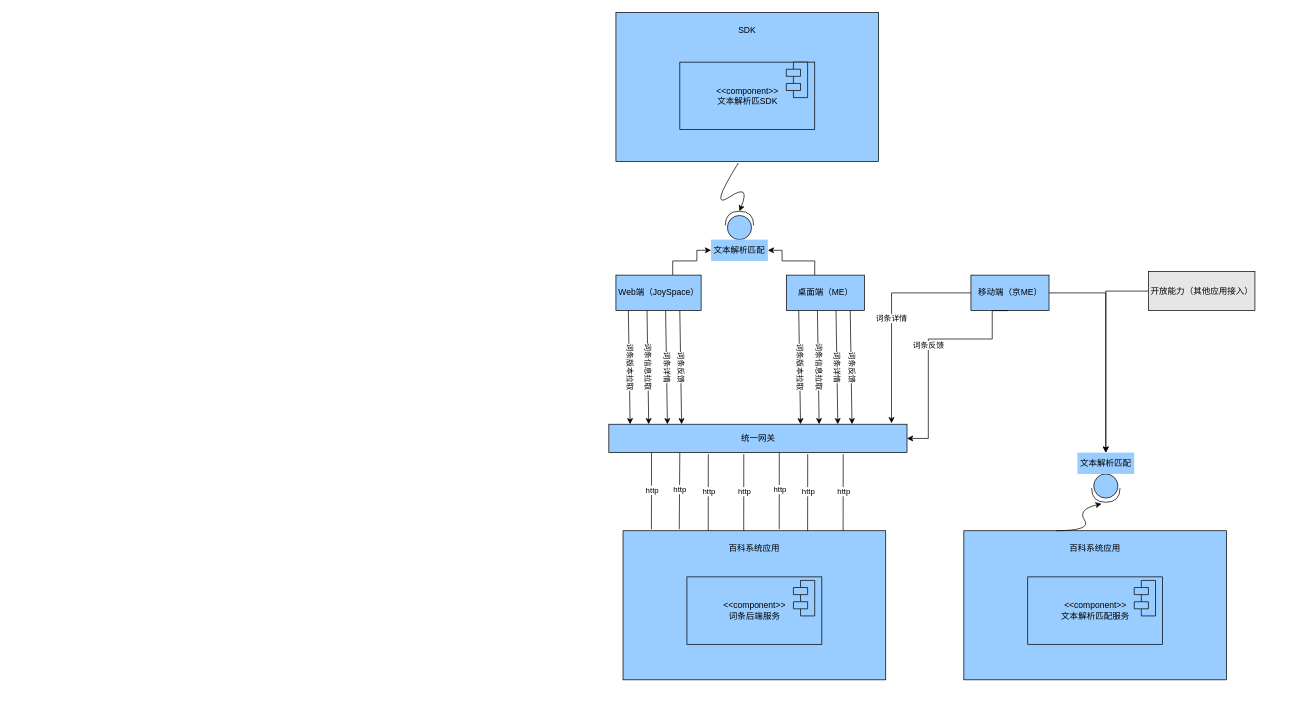
Before: 技术组件图2.drawio in CoderGrowing/draw.io, a draw.io diagram. Source tidied: cells renumbered, new cells numbered last; positions are measured from the earlier drawing's top-left corner, leaving out a move shared by most shapes. Both pictures are drawn from the tidied source at 71%, with x=0, y=0 at pixel (608, 12).
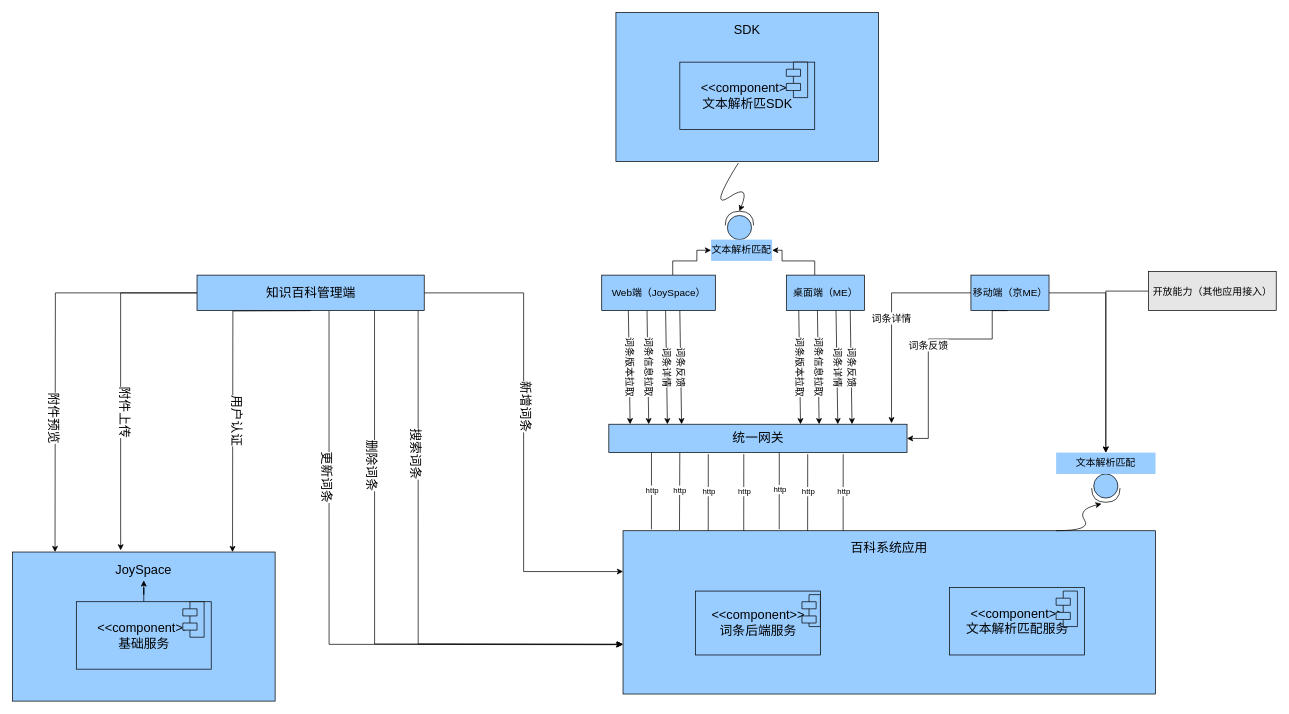
The same page after the edit.

Commit message:
更新技术组件图2.drawio

Unchanged cells that the change refers to:
```xml
<mxCell id="25" style="endArrow=classic;html=1;rounded=0;exitX=0.25;exitY=1;exitDx=0;exitDy=0;fillColor=#99CCFF;" parent="1" edge="1">
  <mxGeometry relative="1" as="geometry">
    <mxPoint x="27.5" y="420" as="sourcePoint" />
    <mxPoint x="30" y="580" as="targetPoint" />
  </mxGeometry>
</mxCell>
<mxCell id="27" style="endArrow=classic;html=1;rounded=0;exitX=0.25;exitY=1;exitDx=0;exitDy=0;fillColor=#99CCFF;" parent="1" edge="1">
  <mxGeometry relative="1" as="geometry">
    <mxPoint x="53.8" y="420" as="sourcePoint" />
    <mxPoint x="56.2" y="580" as="targetPoint" />
  </mxGeometry>
</mxCell>
<mxCell id="29" style="endArrow=classic;html=1;rounded=0;exitX=0.25;exitY=1;exitDx=0;exitDy=0;fillColor=#99CCFF;" parent="1" edge="1">
  <mxGeometry relative="1" as="geometry">
    <mxPoint x="80" y="420" as="sourcePoint" />
    <mxPoint x="82.5" y="580" as="targetPoint" />
  </mxGeometry>
</mxCell>
<mxCell id="31" style="endArrow=classic;html=1;rounded=0;exitX=0.25;exitY=1;exitDx=0;exitDy=0;fillColor=#99CCFF;" parent="1" edge="1">
  <mxGeometry relative="1" as="geometry">
    <mxPoint x="100" y="420" as="sourcePoint" />
    <mxPoint x="102.5" y="580" as="targetPoint" />
  </mxGeometry>
</mxCell>
<mxCell id="40" style="endArrow=classic;html=1;rounded=0;exitX=0.25;exitY=1;exitDx=0;exitDy=0;fillColor=#99CCFF;" parent="1" edge="1">
  <mxGeometry relative="1" as="geometry">
    <mxPoint x="267.5" y="420" as="sourcePoint" />
    <mxPoint x="270" y="580" as="targetPoint" />
  </mxGeometry>
</mxCell>
<mxCell id="42" style="endArrow=classic;html=1;rounded=0;exitX=0.25;exitY=1;exitDx=0;exitDy=0;fillColor=#99CCFF;" parent="1" edge="1">
  <mxGeometry relative="1" as="geometry">
    <mxPoint x="293.8" y="420" as="sourcePoint" />
    <mxPoint x="296.2" y="580" as="targetPoint" />
  </mxGeometry>
</mxCell>
<mxCell id="44" style="endArrow=classic;html=1;rounded=0;exitX=0.25;exitY=1;exitDx=0;exitDy=0;fillColor=#99CCFF;" parent="1" edge="1">
  <mxGeometry relative="1" as="geometry">
    <mxPoint x="320" y="420" as="sourcePoint" />
    <mxPoint x="322.5" y="580" as="targetPoint" />
  </mxGeometry>
</mxCell>
<mxCell id="46" style="endArrow=classic;html=1;rounded=0;exitX=0.25;exitY=1;exitDx=0;exitDy=0;fillColor=#99CCFF;" parent="1" edge="1">
  <mxGeometry relative="1" as="geometry">
    <mxPoint x="340" y="420" as="sourcePoint" />
    <mxPoint x="342.5" y="580" as="targetPoint" />
  </mxGeometry>
</mxCell>
```

What changed in the source:
```diff
@@
-    <mxCell id="3" value="Web端（JoySpace）" style="html=1;fillColor=#99CCFF;" parent="1" vertex="1">
-      <mxGeometry x="10" y="370" width="120" height="50" as="geometry" />
+    <mxCell id="3" value="&lt;font style=&quot;font-size: 14px;&quot;&gt;Web端（JoySpace）&lt;/font&gt;" style="html=1;fillColor=#99CCFF;" parent="1" vertex="1">
+      <mxGeometry x="-10" y="370" width="160" height="50" as="geometry" />
     </mxCell>
@@
-    <mxCell id="5" value="桌面端（ME）" style="html=1;fillColor=#99CCFF;" parent="1" vertex="1">
+    <mxCell id="5" value="&lt;font style=&quot;font-size: 14px;&quot;&gt;桌面端（ME）&lt;/font&gt;" style="html=1;fillColor=#99CCFF;" parent="1" vertex="1">
       <mxGeometry x="250" y="370" width="110" height="50" as="geometry" />
     </mxCell>
-    <mxCell id="6" value="统一网关" style="html=1;fillColor=#99CCFF;" parent="1" vertex="1">
+    <mxCell id="6" value="&lt;font style=&quot;font-size: 18px;&quot;&gt;统一网关&lt;/font&gt;" style="html=1;fillColor=#99CCFF;" parent="1" vertex="1">
       <mxGeometry y="580" width="420" height="40" as="geometry" />
     </mxCell>
     <mxCell id="7" style="html=1;fillColor=#99CCFF;" parent="1" vertex="1">
-      <mxGeometry x="20" y="730" width="370" height="210" as="geometry" />
+      <mxGeometry x="20" y="730" width="750" height="230" as="geometry" />
     </mxCell>
-    <mxCell id="8" value="&amp;lt;&amp;lt;component&amp;gt;&amp;gt;&lt;br&gt;词条后端服务" style="html=1;fillColor=#99CCFF;" parent="1" vertex="1">
-      <mxGeometry x="110" y="795" width="190" height="95" as="geometry" />
+    <mxCell id="8" value="&lt;font style=&quot;font-size: 18px;&quot;&gt;&amp;lt;&amp;lt;component&amp;gt;&amp;gt;&lt;br&gt;词条后端服务&lt;/font&gt;" style="html=1;fillColor=#99CCFF;" parent="1" vertex="1">
+      <mxGeometry x="122" y="815" width="176" height="90" as="geometry" />
     </mxCell>
     <mxCell id="9" style="shape=module;align=left;spacingLeft=20;align=center;verticalAlign=top;fillColor=#99CCFF;" parent="1" vertex="1">
-      <mxGeometry x="260" y="800" width="30" height="50" as="geometry" />
+      <mxGeometry x="272" y="820" width="26" height="45" as="geometry" />
     </mxCell>
-    <mxCell id="10" value="百科系统应用" style="text;html=1;strokeColor=none;fillColor=#99CCFF;align=center;verticalAlign=middle;whiteSpace=wrap;rounded=0;" parent="1" vertex="1">
-      <mxGeometry x="160" y="740" width="90" height="30" as="geometry" />
+    <mxCell id="10" value="&lt;font style=&quot;font-size: 18px;&quot;&gt;百科系统应用&lt;/font&gt;" style="text;html=1;strokeColor=none;fillColor=#99CCFF;align=center;verticalAlign=middle;whiteSpace=wrap;rounded=0;" parent="1" vertex="1">
+      <mxGeometry x="320" y="740" width="150" height="30" as="geometry" />
     </mxCell>
-    <mxCell id="11" style="endArrow=none;html=1;rounded=0;exitX=0.214;exitY=-0.01;exitDx=0;exitDy=0;exitPerimeter=0;fillColor=#99CCFF;" parent="1" edge="1" source="7">
+    <mxCell id="11" style="endArrow=none;html=1;rounded=0;exitX=0.106;exitY=-0.004;exitDx=0;exitDy=0;exitPerimeter=0;fillColor=#99CCFF;" parent="1" edge="1" source="7">
       <mxGeometry relative="1" as="geometry">
         <mxPoint x="100" y="620" as="targetPoint" />
       </mxGeometry>
     </mxCell>
@@
-    <mxCell id="26" value="词条版本拉取" style="edgeLabel;html=1;align=center;verticalAlign=middle;rotation=90;fillColor=#99CCFF;" parent="25" vertex="1">
+    <mxCell id="26" value="&lt;font style=&quot;font-size: 14px;&quot;&gt;词条版本拉取&lt;/font&gt;" style="edgeLabel;html=1;align=center;verticalAlign=middle;rotation=90;fillColor=#99CCFF;" parent="25" vertex="1">
       <mxGeometry x="-0.01" y="1" relative="1" as="geometry" />
     </mxCell>
@@
-    <mxCell id="28" value="词条信息拉取" style="edgeLabel;html=1;align=center;verticalAlign=middle;rotation=90;fillColor=#99CCFF;" parent="27" vertex="1">
+    <mxCell id="28" value="&lt;font style=&quot;font-size: 14px;&quot;&gt;词条信息拉取&lt;/font&gt;" style="edgeLabel;html=1;align=center;verticalAlign=middle;rotation=90;fillColor=#99CCFF;" parent="27" vertex="1">
       <mxGeometry x="-0.01" y="1" relative="1" as="geometry" />
     </mxCell>
@@
-    <mxCell id="30" value="词条详情" style="edgeLabel;html=1;align=center;verticalAlign=middle;rotation=90;fillColor=#99CCFF;" parent="29" vertex="1">
+    <mxCell id="30" value="&lt;font style=&quot;font-size: 14px;&quot;&gt;词条详情&lt;/font&gt;" style="edgeLabel;html=1;align=center;verticalAlign=middle;rotation=90;fillColor=#99CCFF;" parent="29" vertex="1">
       <mxGeometry x="-0.01" y="1" relative="1" as="geometry" />
     </mxCell>
@@
-    <mxCell id="32" value="词条反馈&lt;br&gt;" style="edgeLabel;html=1;align=center;verticalAlign=middle;rotation=90;fillColor=#99CCFF;" parent="31" vertex="1">
+    <mxCell id="32" value="&lt;font style=&quot;font-size: 14px;&quot;&gt;词条反馈&lt;/font&gt;" style="edgeLabel;html=1;align=center;verticalAlign=middle;rotation=90;fillColor=#99CCFF;" parent="31" vertex="1">
       <mxGeometry x="-0.01" y="1" relative="1" as="geometry" />
     </mxCell>
-    <mxCell id="33" style="html=1;fillColor=#99CCFF;" parent="1" vertex="1">
-      <mxGeometry x="500" y="730" width="370" height="210" as="geometry" />
-    </mxCell>
-    <mxCell id="34" value="&amp;lt;&amp;lt;component&amp;gt;&amp;gt;&lt;br&gt;文本解析匹配服务" style="html=1;fillColor=#99CCFF;" parent="1" vertex="1">
-      <mxGeometry x="590" y="795" width="190" height="95" as="geometry" />
+    <mxCell id="34" value="&lt;font style=&quot;font-size: 18px;&quot;&gt;&amp;lt;&amp;lt;component&amp;gt;&amp;gt;&lt;br&gt;文本解析匹配服务&lt;/font&gt;" style="html=1;fillColor=#99CCFF;" parent="1" vertex="1">
+      <mxGeometry x="480" y="810" width="190" height="95" as="geometry" />
     </mxCell>
     <mxCell id="35" style="shape=module;align=left;spacingLeft=20;align=center;verticalAlign=top;fillColor=#99CCFF;" parent="1" vertex="1">
-      <mxGeometry x="740" y="800" width="30" height="50" as="geometry" />
+      <mxGeometry x="630" y="815" width="30" height="50" as="geometry" />
     </mxCell>
-    <mxCell id="36" value="百科系统应用" style="text;html=1;strokeColor=none;fillColor=#99CCFF;align=center;verticalAlign=middle;whiteSpace=wrap;rounded=0;" parent="1" vertex="1">
-      <mxGeometry x="640" y="740" width="90" height="30" as="geometry" />
-    </mxCell>
-    <mxCell id="37" value="词条详情" style="edgeStyle=orthogonalEdgeStyle;rounded=0;jettySize=auto;html=1;entryX=0.948;entryY=-0.037;entryDx=0;entryDy=0;entryPerimeter=0;fillColor=#99CCFF;" parent="1" edge="1" source="39" target="6">
+    <mxCell id="37" value="&lt;font style=&quot;font-size: 14px;&quot;&gt;词条详情&lt;/font&gt;" style="edgeStyle=orthogonalEdgeStyle;rounded=0;jettySize=auto;html=1;entryX=0.948;entryY=-0.037;entryDx=0;entryDy=0;entryPerimeter=0;fillColor=#99CCFF;" parent="1" edge="1" source="39" target="6">
       <mxGeometry relative="1" as="geometry" />
     </mxCell>
@@
-    <mxCell id="39" value="移动端（京ME）" style="html=1;fillColor=#99CCFF;" parent="1" vertex="1">
+    <mxCell id="39" value="&lt;font style=&quot;font-size: 14px;&quot;&gt;移动端（京ME）&lt;/font&gt;" style="html=1;fillColor=#99CCFF;" parent="1" vertex="1">
       <mxGeometry x="510" y="370" width="110" height="50" as="geometry" />
     </mxCell>
@@
-    <mxCell id="41" value="词条版本拉取" style="edgeLabel;html=1;align=center;verticalAlign=middle;rotation=90;fillColor=#99CCFF;" parent="40" vertex="1">
+    <mxCell id="41" value="&lt;font style=&quot;font-size: 14px;&quot;&gt;词条版本拉取&lt;/font&gt;" style="edgeLabel;html=1;align=center;verticalAlign=middle;rotation=90;fillColor=#99CCFF;" parent="40" vertex="1">
       <mxGeometry x="-0.01" y="1" relative="1" as="geometry" />
     </mxCell>
@@
-    <mxCell id="43" value="词条信息拉取" style="edgeLabel;html=1;align=center;verticalAlign=middle;rotation=90;fillColor=#99CCFF;" parent="42" vertex="1">
+    <mxCell id="43" value="&lt;font style=&quot;font-size: 14px;&quot;&gt;词条信息拉取&lt;/font&gt;" style="edgeLabel;html=1;align=center;verticalAlign=middle;rotation=90;fillColor=#99CCFF;" parent="42" vertex="1">
       <mxGeometry x="-0.01" y="1" relative="1" as="geometry" />
     </mxCell>
@@
-    <mxCell id="45" value="词条详情" style="edgeLabel;html=1;align=center;verticalAlign=middle;rotation=90;fillColor=#99CCFF;" parent="44" vertex="1">
+    <mxCell id="45" value="&lt;font style=&quot;font-size: 14px;&quot;&gt;词条详情&lt;/font&gt;" style="edgeLabel;html=1;align=center;verticalAlign=middle;rotation=90;fillColor=#99CCFF;" parent="44" vertex="1">
       <mxGeometry x="-0.01" y="1" relative="1" as="geometry" />
     </mxCell>
@@
-    <mxCell id="47" value="词条反馈&lt;br&gt;" style="edgeLabel;html=1;align=center;verticalAlign=middle;rotation=90;fillColor=#99CCFF;" parent="46" vertex="1">
+    <mxCell id="47" value="&lt;font style=&quot;font-size: 14px;&quot;&gt;词条反馈&lt;/font&gt;" style="edgeLabel;html=1;align=center;verticalAlign=middle;rotation=90;fillColor=#99CCFF;" parent="46" vertex="1">
       <mxGeometry x="-0.01" y="1" relative="1" as="geometry" />
     </mxCell>
-    <mxCell id="48" value="词条反馈" style="edgeStyle=orthogonalEdgeStyle;rounded=0;jettySize=auto;html=1;entryX=1;entryY=0.5;entryDx=0;entryDy=0;fillColor=#99CCFF;" parent="1" edge="1" target="6">
+    <mxCell id="48" value="&lt;font style=&quot;font-size: 14px;&quot;&gt;词条反馈&lt;/font&gt;" style="edgeStyle=orthogonalEdgeStyle;rounded=0;jettySize=auto;html=1;entryX=1;entryY=0.5;entryDx=0;entryDy=0;fillColor=#99CCFF;" parent="1" edge="1" target="6">
       <mxGeometry relative="1" as="geometry">
         <mxPoint x="561.8" y="420" as="sourcePoint" />
         <Array as="points">
           <mxPoint x="540" y="420" />
           <mxPoint x="540" y="460" />
           <mxPoint x="450" y="460" />
           <mxPoint x="450" y="600" />
         </Array>
       </mxGeometry>
     </mxCell>
@@
-    <mxCell id="50" value="开放能力（其他应用接入）" style="html=1;fillColor=#E6E6E6;" parent="1" vertex="1">
-      <mxGeometry x="760" y="365" width="150" height="55" as="geometry" />
+    <mxCell id="50" value="&lt;font style=&quot;font-size: 14px;&quot;&gt;开放能力（其他应用接入）&lt;/font&gt;" style="html=1;fillColor=#E6E6E6;" parent="1" vertex="1">
+      <mxGeometry x="760" y="365" width="180" height="55" as="geometry" />
     </mxCell>
@@
-    <mxCell id="52" value="文本解析匹配" style="text;html=1;strokeColor=none;fillColor=#99CCFF;align=center;verticalAlign=middle;whiteSpace=wrap;rounded=0;" parent="1" vertex="1">
-      <mxGeometry x="660" y="620" width="80" height="30" as="geometry" />
+    <mxCell id="52" value="&lt;font style=&quot;font-size: 14px;&quot;&gt;文本解析匹配&lt;/font&gt;" style="text;html=1;strokeColor=none;fillColor=#99CCFF;align=center;verticalAlign=middle;whiteSpace=wrap;rounded=0;" parent="1" vertex="1">
+      <mxGeometry x="630" y="620" width="140" height="30" as="geometry" />
     </mxCell>
@@
-    <mxCell id="55" value="&amp;lt;&amp;lt;component&amp;gt;&amp;gt;&lt;br&gt;文本解析匹SDK" style="html=1;fillColor=#99CCFF;" parent="1" vertex="1">
+    <mxCell id="55" value="&lt;font style=&quot;font-size: 18px;&quot;&gt;&amp;lt;&amp;lt;component&amp;gt;&amp;gt;&lt;br&gt;文本解析匹SDK&lt;/font&gt;" style="html=1;fillColor=#99CCFF;" parent="1" vertex="1">
       <mxGeometry x="100" y="70" width="190" height="95" as="geometry" />
     </mxCell>
@@
-    <mxCell id="57" value="SDK" style="text;html=1;strokeColor=none;fillColor=#99CCFF;align=center;verticalAlign=middle;whiteSpace=wrap;rounded=0;" parent="1" vertex="1">
+    <mxCell id="57" value="&lt;font style=&quot;font-size: 18px;&quot;&gt;SDK&lt;/font&gt;" style="text;html=1;strokeColor=none;fillColor=#99CCFF;align=center;verticalAlign=middle;whiteSpace=wrap;rounded=0;" parent="1" vertex="1">
       <mxGeometry x="150" y="10" width="90" height="30" as="geometry" />
     </mxCell>
@@
-    <mxCell id="60" value="文本解析匹配" style="text;html=1;strokeColor=none;fillColor=#99CCFF;align=center;verticalAlign=middle;whiteSpace=wrap;rounded=0;" parent="1" vertex="1">
-      <mxGeometry x="144" y="320" width="80" height="30" as="geometry" />
+    <mxCell id="60" value="&lt;font style=&quot;font-size: 14px;&quot;&gt;文本解析匹配&lt;/font&gt;" style="text;html=1;strokeColor=none;fillColor=#99CCFF;align=center;verticalAlign=middle;whiteSpace=wrap;rounded=0;" parent="1" vertex="1">
+      <mxGeometry x="144" y="320" width="86" height="30" as="geometry" />
     </mxCell>
+    <mxCell id="61" style="edgeStyle=orthogonalEdgeStyle;rounded=0;jettySize=auto;html=1;fontSize=14;" parent="1" edge="1" source="67">
+      <mxGeometry relative="1" as="geometry">
+        <mxPoint x="-780" y="760" as="targetPoint" />
+      </mxGeometry>
+    </mxCell>
+    <mxCell id="62" value="&lt;font style=&quot;font-size: 18px;&quot;&gt;附件预览&lt;/font&gt;" style="edgeLabel;html=1;align=center;verticalAlign=middle;fontSize=14;rotation=90;" parent="61" vertex="1">
+      <mxGeometry x="0.11" y="-2" relative="1" as="geometry">
+        <mxPoint y="62" as="offset" />
+      </mxGeometry>
+    </mxCell>
+    <mxCell id="63" style="edgeStyle=orthogonalEdgeStyle;rounded=0;jettySize=auto;html=1;fontSize=18;entryX=0.412;entryY=-0.011;entryDx=0;entryDy=0;entryPerimeter=0;" parent="1" edge="1" source="67" target="68">
+      <mxGeometry relative="1" as="geometry">
+        <Array as="points">
+          <mxPoint x="-688" y="395" />
+        </Array>
+      </mxGeometry>
+    </mxCell>
+    <mxCell id="64" value="附件上传" style="edgeLabel;html=1;align=center;verticalAlign=middle;fontSize=18;rotation=90;" parent="63" vertex="1">
+      <mxGeometry x="0.17" y="6" relative="1" as="geometry" />
+    </mxCell>
+    <mxCell id="65" style="edgeStyle=orthogonalEdgeStyle;rounded=0;jettySize=auto;html=1;entryX=0;entryY=0.25;entryDx=0;entryDy=0;fontSize=18;" parent="1" edge="1" source="67" target="7">
+      <mxGeometry relative="1" as="geometry" />
+    </mxCell>
+    <mxCell id="66" value="新增词条" style="edgeLabel;html=1;align=center;verticalAlign=middle;fontSize=18;rotation=90;" parent="65" vertex="1">
+      <mxGeometry x="-0.11" y="4" relative="1" as="geometry" />
+    </mxCell>
+    <mxCell id="67" value="&lt;font style=&quot;font-size: 18px;&quot;&gt;知识百科管理端&lt;/font&gt;" style="html=1;fillColor=#99CCFF;" parent="1" vertex="1">
+      <mxGeometry x="-580" y="370" width="320" height="50" as="geometry" />
+    </mxCell>
+    <mxCell id="68" style="html=1;fillColor=#99CCFF;" parent="1" vertex="1">
+      <mxGeometry x="-840" y="760" width="370" height="210" as="geometry" />
+    </mxCell>
+    <mxCell id="69" style="edgeStyle=orthogonalEdgeStyle;rounded=0;jettySize=auto;html=1;fontSize=18;" parent="1" edge="1" source="70" target="72">
+      <mxGeometry relative="1" as="geometry" />
+    </mxCell>
+    <mxCell id="70" value="&lt;font style=&quot;font-size: 18px;&quot;&gt;&amp;lt;&amp;lt;component&amp;gt;&amp;gt;&lt;br&gt;基础服务&lt;br&gt;&lt;/font&gt;" style="html=1;fillColor=#99CCFF;" parent="1" vertex="1">
+      <mxGeometry x="-750" y="830" width="190" height="95" as="geometry" />
+    </mxCell>
+    <mxCell id="71" style="shape=module;align=left;spacingLeft=20;align=center;verticalAlign=top;fillColor=#99CCFF;" parent="1" vertex="1">
+      <mxGeometry x="-600" y="830" width="30" height="50" as="geometry" />
+    </mxCell>
+    <mxCell id="72" value="&lt;span style=&quot;font-size: 18px;&quot;&gt;JoySpace&lt;/span&gt;" style="text;html=1;strokeColor=none;fillColor=#99CCFF;align=center;verticalAlign=middle;whiteSpace=wrap;rounded=0;" parent="1" vertex="1">
+      <mxGeometry x="-700" y="770" width="90" height="30" as="geometry" />
+    </mxCell>
+    <mxCell id="73" style="endArrow=classic;html=1;rounded=0;fontSize=18;entryX=-0.002;entryY=0.698;entryDx=0;entryDy=0;entryPerimeter=0;exitX=0.581;exitY=1.011;exitDx=0;exitDy=0;exitPerimeter=0;" parent="1" edge="1" source="67" target="7">
+      <mxGeometry relative="1" as="geometry">
+        <Array as="points">
+          <mxPoint x="-394" y="890" />
+        </Array>
+      </mxGeometry>
+    </mxCell>
+    <mxCell id="74" value="更新词条" style="edgeLabel;html=1;align=center;verticalAlign=middle;fontSize=18;rotation=90;" parent="73" vertex="1">
+      <mxGeometry x="-0.47" y="-3" relative="1" as="geometry" />
+    </mxCell>
+    <mxCell id="75" style="endArrow=classic;html=1;rounded=0;fontSize=18;exitX=0.581;exitY=1.011;exitDx=0;exitDy=0;exitPerimeter=0;" parent="1" edge="1">
+      <mxGeometry relative="1" as="geometry">
+        <mxPoint x="-330" y="420" as="sourcePoint" />
+        <mxPoint x="20" y="890" as="targetPoint" />
+        <Array as="points">
+          <mxPoint x="-329.9" y="889.5" />
+        </Array>
+      </mxGeometry>
+    </mxCell>
+    <mxCell id="76" value="删除词条" style="edgeLabel;html=1;align=center;verticalAlign=middle;fontSize=18;rotation=90;" parent="75" vertex="1">
+      <mxGeometry x="-0.47" y="-3" relative="1" as="geometry" />
+    </mxCell>
+    <mxCell id="77" style="endArrow=classic;html=1;rounded=0;fontSize=18;exitX=0.581;exitY=1.011;exitDx=0;exitDy=0;exitPerimeter=0;" parent="1" edge="1">
+      <mxGeometry relative="1" as="geometry">
+        <mxPoint x="-268.6" y="420" as="sourcePoint" />
+        <mxPoint x="20" y="890" as="targetPoint" />
+        <Array as="points">
+          <mxPoint x="-268.5" y="889.5" />
+        </Array>
+      </mxGeometry>
+    </mxCell>
+    <mxCell id="78" value="搜索词条" style="edgeLabel;html=1;align=center;verticalAlign=middle;fontSize=18;rotation=90;" parent="77" vertex="1">
+      <mxGeometry x="-0.47" y="-3" relative="1" as="geometry" />
+    </mxCell>
+    <mxCell id="79" style="edgeStyle=orthogonalEdgeStyle;rounded=0;orthogonalLoop=1;jettySize=auto;html=1;fontSize=18;" parent="1" edge="1">
+      <mxGeometry relative="1" as="geometry">
+        <mxPoint x="-420" y="420" as="sourcePoint" />
+        <mxPoint x="-530" y="760" as="targetPoint" />
+      </mxGeometry>
+    </mxCell>
+    <mxCell id="80" value="用户认证" style="edgeLabel;html=1;align=center;verticalAlign=middle;fontSize=18;rotation=90;" parent="79" vertex="1">
+      <mxGeometry x="0.17" y="6" relative="1" as="geometry" />
+    </mxCell>
```
